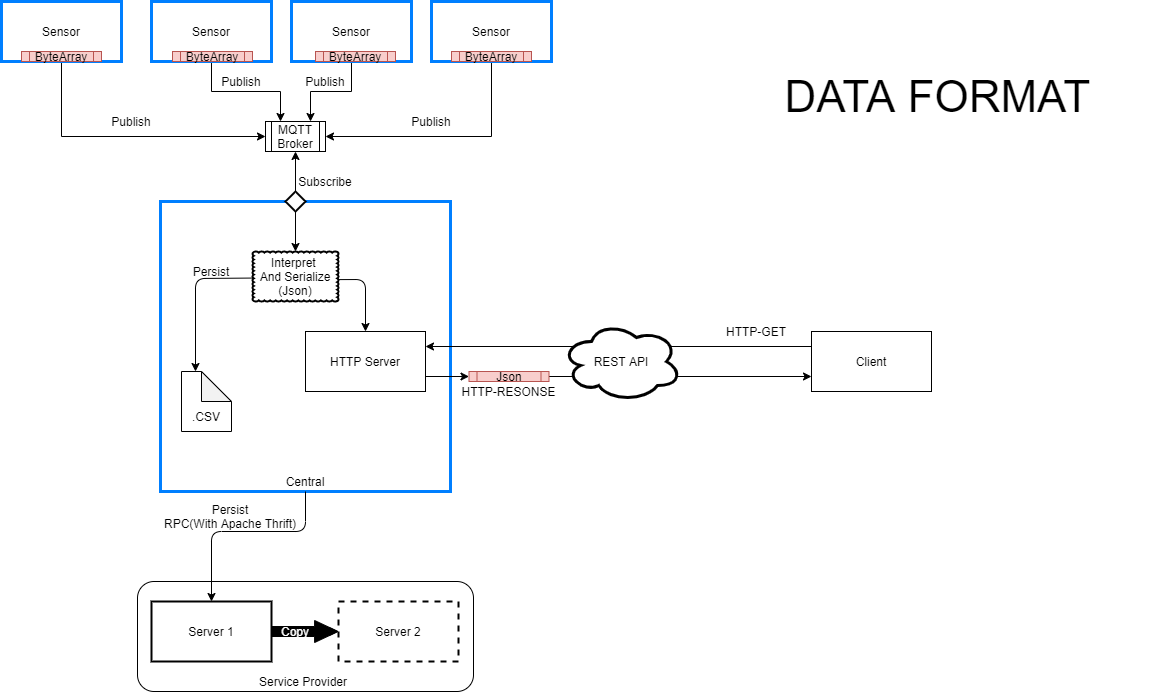
Above: VS_Praktikum_Design.png in Ilyesbdlala/Distributed-Systems-Connected-Cars- (draw.io), before the change. Source tidied: cells renumbered, new cells last; positions are measured from the earlier drawing's top-left corner, leaving out a move shared by most shapes.
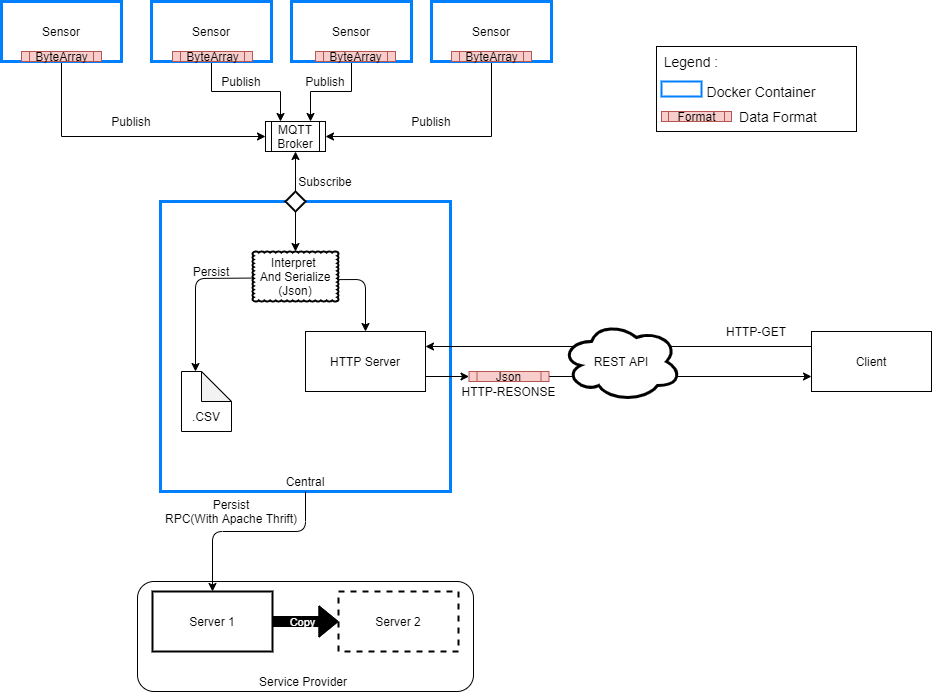
Later version of the same file.

Commit message:
Updated Design Diagram

What changed in the source:
```diff
@@ -2,6 +2,9 @@
   <root>
     <mxCell id="0" />
     <mxCell id="1" parent="0" />
+    <mxCell id="52" style="rounded=0;whiteSpace=wrap;html=1;strokeWidth=1;" parent="1" vertex="1">
+      <mxGeometry x="655" y="45" width="200" height="85" as="geometry" />
+    </mxCell>
     <mxCell id="2" style="edgeStyle=orthogonalEdgeStyle;rounded=0;jettySize=auto;html=1;exitX=0.75;exitY=1;exitDx=0;exitDy=0;entryX=0;entryY=0.5;entryDx=0;entryDy=0;" parent="1" edge="1" source="3" target="13">
       <mxGeometry relative="1" as="geometry">
         <Array as="points">
@@ -67,13 +70,13 @@
       <mxGeometry x="212" y="670" width="180" height="20" as="geometry" />
     </mxCell>
     <mxCell id="20" value="Server 1" style="rounded=0;whiteSpace=wrap;html=1;strokeWidth=2;" parent="1" vertex="1">
-      <mxGeometry x="150" y="600" width="120" height="60" as="geometry" />
+      <mxGeometry x="151" y="590" width="120" height="60" as="geometry" />
     </mxCell>
     <mxCell id="21" value="Server 2" style="rounded=0;whiteSpace=wrap;html=1;dashed=1;strokeWidth=2;" parent="1" vertex="1">
-      <mxGeometry x="337" y="600" width="120" height="60" as="geometry" />
+      <mxGeometry x="337" y="590" width="120" height="60" as="geometry" />
     </mxCell>
     <mxCell id="22" value="Persist&lt;br&gt;RPC(With Apache Thrift)" style="text;html=1;strokeColor=none;fillColor=none;align=center;verticalAlign=middle;whiteSpace=wrap;rounded=0;" parent="1" vertex="1">
-      <mxGeometry x="159" y="480" width="140" height="70" as="geometry" />
+      <mxGeometry x="160" y="490" width="140" height="40" as="geometry" />
     </mxCell>
     <mxCell id="23" value="Publish" style="text;html=1;strokeColor=none;fillColor=none;align=center;verticalAlign=middle;whiteSpace=wrap;rounded=0;" parent="1" vertex="1">
       <mxGeometry x="110" y="110" width="40" height="20" as="geometry" />
@@ -96,9 +99,6 @@
     <mxCell id="29" value="REST API" style="ellipse;shape=cloud;whiteSpace=wrap;html=1;strokeWidth=3;" parent="1" vertex="1">
       <mxGeometry x="560" y="320" width="120" height="80" as="geometry" />
     </mxCell>
-    <mxCell id="30" value="&lt;font style=&quot;font-size: 44px&quot;&gt;DATA FORMAT&amp;nbsp;&lt;/font&gt;" style="text;html=1;strokeColor=none;fillColor=none;align=center;verticalAlign=middle;whiteSpace=wrap;rounded=0;" parent="1" vertex="1">
-      <mxGeometry x="717" y="10" width="450" height="170" as="geometry" />
-    </mxCell>
     <mxCell id="31" style="edgeStyle=orthogonalEdgeStyle;rounded=0;orthogonalLoop=1;jettySize=auto;html=1;exitX=0.5;exitY=1;exitDx=0;exitDy=0;" parent="1" edge="1" source="22" target="22">
       <mxGeometry relative="1" as="geometry" />
     </mxCell>
@@ -106,7 +106,7 @@
       <mxGeometry relative="1" as="geometry">
         <Array as="points">
           <mxPoint x="304" y="530" />
-          <mxPoint x="210" y="530" />
+          <mxPoint x="211" y="530" />
         </Array>
       </mxGeometry>
     </mxCell>
@@ -167,14 +167,32 @@
     <mxCell id="48" style="endArrow=classic;html=1;exitX=1;exitY=0.75;exitDx=0;exitDy=0;entryX=0;entryY=0.5;entryDx=0;entryDy=0;" parent="1" edge="1" source="12" target="47">
       <mxGeometry relative="1" as="geometry" />
     </mxCell>
+    <mxCell id="53" style="rounded=0;whiteSpace=wrap;html=1;strokeWidth=2;fillColor=none;strokeColor=#007FFF;" parent="1" vertex="1">
+      <mxGeometry x="660" y="80" width="40" height="15" as="geometry" />
+    </mxCell>
+    <mxCell id="54" value="&lt;font style=&quot;font-size: 14px&quot;&gt;Docker Container&lt;/font&gt;" style="text;html=1;strokeColor=none;fillColor=none;align=center;verticalAlign=middle;whiteSpace=wrap;rounded=0;" parent="1" vertex="1">
+      <mxGeometry x="700" y="80" width="120" height="20" as="geometry" />
+    </mxCell>
+    <mxCell id="55" value="&lt;font style=&quot;font-size: 14px&quot;&gt;Legend :&lt;/font&gt;" style="text;html=1;strokeColor=none;fillColor=none;align=center;verticalAlign=middle;whiteSpace=wrap;rounded=0;" parent="1" vertex="1">
+      <mxGeometry x="660" y="50" width="60" height="20" as="geometry" />
+    </mxCell>
+    <mxCell id="56" value="Format" style="shape=process;whiteSpace=wrap;html=1;backgroundOutline=1;strokeColor=#b85450;strokeWidth=1;fillColor=#f8cecc;" parent="1" vertex="1">
+      <mxGeometry x="660" y="110" width="70" height="10" as="geometry" />
+    </mxCell>
+    <mxCell id="57" value="&lt;font style=&quot;font-size: 14px&quot;&gt;Data Format&lt;/font&gt;" style="text;html=1;strokeColor=none;fillColor=none;align=center;verticalAlign=middle;whiteSpace=wrap;rounded=0;" parent="1" vertex="1">
+      <mxGeometry x="717" y="105" width="120" height="20" as="geometry" />
+    </mxCell>
-    <mxCell id="49" style="shape=flexArrow;endArrow=classic;html=1;entryX=0;entryY=0.5;entryDx=0;entryDy=0;exitX=1;exitY=0.5;exitDx=0;exitDy=0;fillColor=#000000;endWidth=11;endSize=7.47;" parent="1" edge="1" source="20" target="21">
-      <mxGeometry relative="1" as="geometry" />
+    <mxCell id="49" style="shape=flexArrow;endArrow=classic;html=1;fillColor=#000000;exitX=1;exitY=0.5;exitDx=0;exitDy=0;entryX=0;entryY=0.5;entryDx=0;entryDy=0;" parent="1" edge="1" source="20" target="21">
+      <mxGeometry relative="1" as="geometry">
+        <Array as="points">
+          <mxPoint x="300" y="620" />
+        </Array>
+      </mxGeometry>
     </mxCell>
-    <mxCell id="50" style="edgeStyle=orthogonalEdgeStyle;rounded=0;jettySize=auto;html=1;fillColor=#000000;" parent="1" edge="1" source="51" target="21">
-      <mxGeometry relative="1" as="geometry" />
-    </mxCell>
-    <mxCell id="51" value="&lt;font color=&quot;#ffffff&quot;&gt;Copy&lt;/font&gt;" style="text;html=1;align=center;verticalAlign=middle;whiteSpace=wrap;rounded=0;" parent="1" vertex="1">
-      <mxGeometry x="274" y="620" width="40" height="20" as="geometry" />
+    <mxCell id="51" value="Copy" style="edgeLabel;html=1;align=center;verticalAlign=middle;points=[];labelBackgroundColor=none;fontColor=#FFFFFF;" parent="49" vertex="1">
+      <mxGeometry x="0.59" y="-9" relative="1" as="geometry">
+        <mxPoint x="-23.4" y="-9" as="offset" />
+      </mxGeometry>
     </mxCell>
   </root>
 </mxGraphModel>
```
